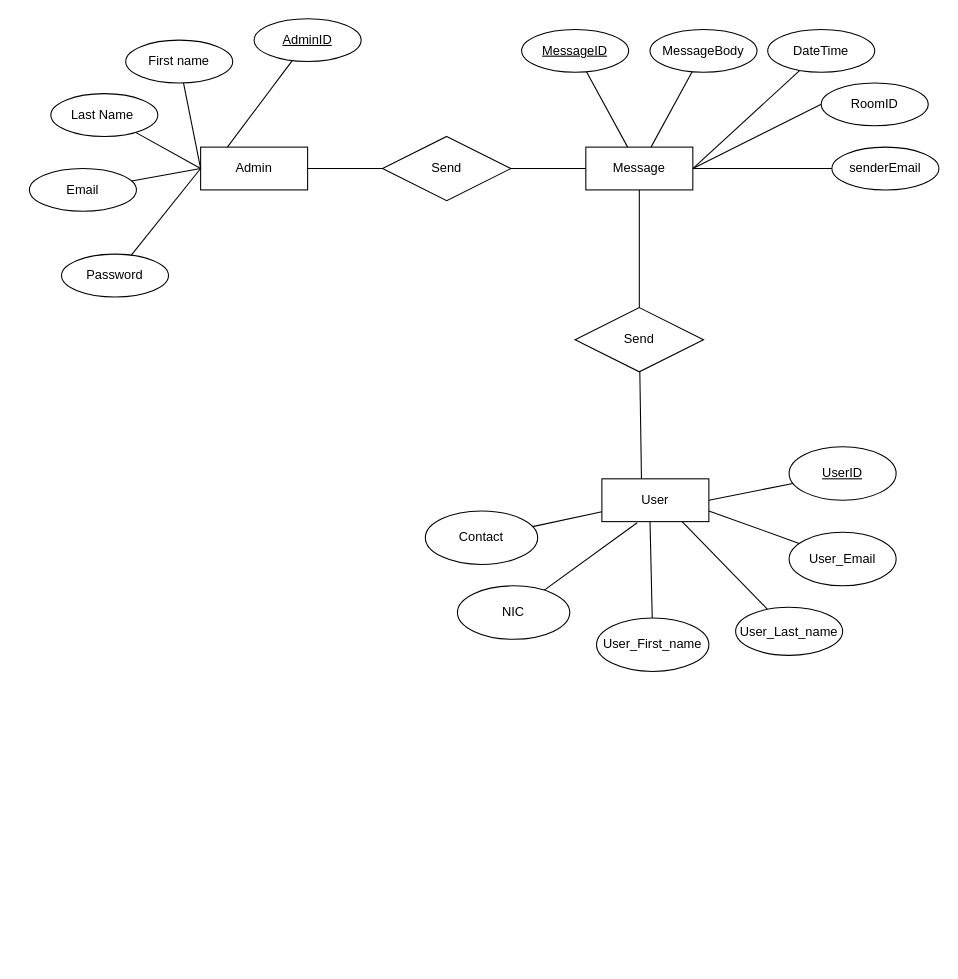
LalinduWenasara/Hotel-Management-System-api keeps this draw.io diagram as Diagram/er.drawio. Above is the earlier version. Source tidied: cells renumbered, new cells numbered last; positions are measured from the earlier drawing's top-left corner, leaving out a move shared by most shapes. Both pictures are drawn from the tidied source at 107%, with x=0, y=0 at pixel (29, 18).
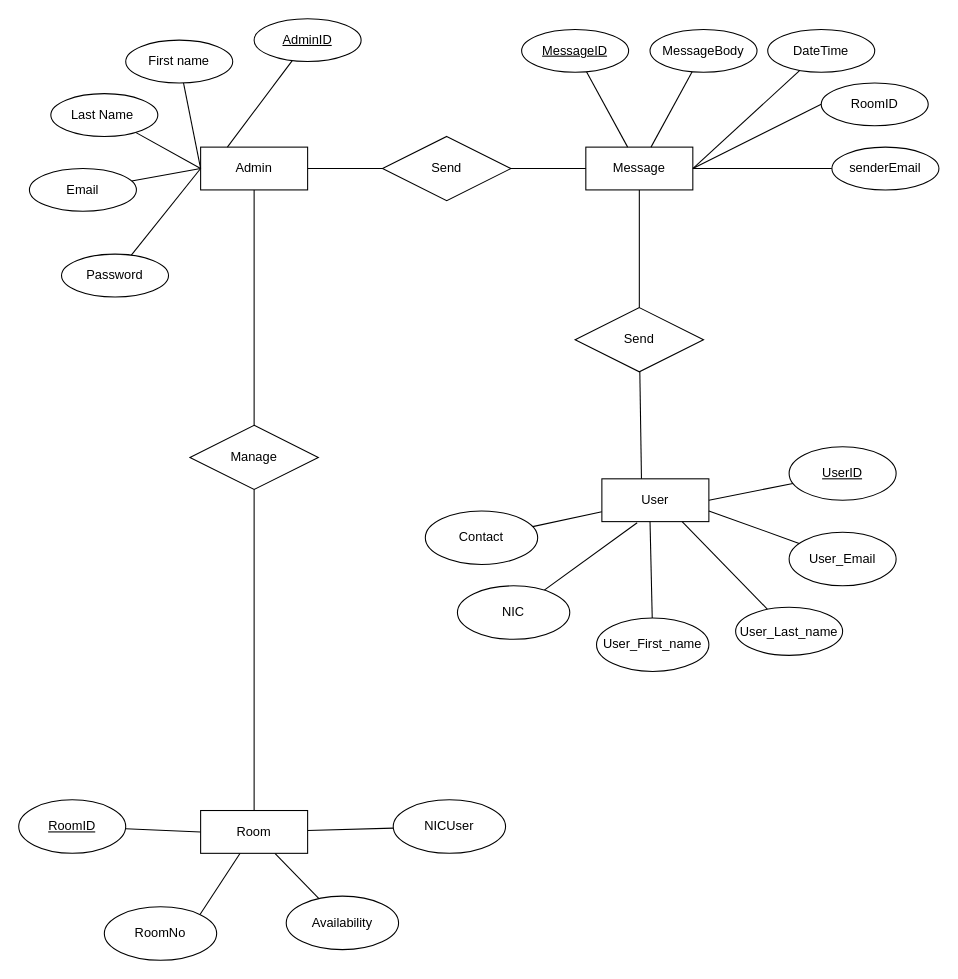
After the change.

Unchanged cells that the change refers to:
```xml
<mxCell id="3" value="Admin" style="whiteSpace=wrap;html=1;align=center;" parent="1" vertex="1">
  <mxGeometry x="160" y="120" width="100" height="40" as="geometry" />
</mxCell>
```

What changed in the source:
```diff
@@
+    <mxCell id="43" style="rounded=0;jettySize=auto;html=1;endArrow=none;endFill=0;" parent="1" edge="1" source="3" target="45">
+      <mxGeometry relative="1" as="geometry" />
+    </mxCell>
@@
+    <mxCell id="44" style="edgeStyle=none;rounded=0;jettySize=auto;html=1;endArrow=none;endFill=0;" parent="1" edge="1" source="45" target="49">
+      <mxGeometry relative="1" as="geometry" />
+    </mxCell>
+    <mxCell id="45" value="Manage" style="shape=rhombus;perimeter=rhombusPerimeter;whiteSpace=wrap;html=1;align=center;" parent="1" vertex="1">
+      <mxGeometry x="150" y="380" width="120" height="60" as="geometry" />
+    </mxCell>
+    <mxCell id="46" style="edgeStyle=none;rounded=0;jettySize=auto;html=1;endArrow=none;endFill=0;" parent="1" edge="1" source="49" target="53">
+      <mxGeometry relative="1" as="geometry" />
+    </mxCell>
+    <mxCell id="47" style="edgeStyle=none;rounded=0;jettySize=auto;html=1;endArrow=none;endFill=0;" parent="1" edge="1" source="49" target="54">
+      <mxGeometry relative="1" as="geometry" />
+    </mxCell>
+    <mxCell id="48" style="edgeStyle=none;rounded=0;jettySize=auto;html=1;entryX=1;entryY=0;entryDx=0;entryDy=0;endArrow=none;endFill=0;" parent="1" edge="1" source="49" target="50">
+      <mxGeometry relative="1" as="geometry" />
+    </mxCell>
+    <mxCell id="49" value="Room" style="whiteSpace=wrap;html=1;align=center;" parent="1" vertex="1">
+      <mxGeometry x="160" y="740" width="100" height="40" as="geometry" />
+    </mxCell>
+    <mxCell id="50" value="RoomNo" style="ellipse;whiteSpace=wrap;html=1;align=center;" parent="1" vertex="1">
+      <mxGeometry x="70" y="830" width="105" height="50" as="geometry" />
+    </mxCell>
+    <mxCell id="51" style="edgeStyle=none;rounded=0;jettySize=auto;html=1;endArrow=none;endFill=0;entryX=0;entryY=0.5;entryDx=0;entryDy=0;" parent="1" edge="1" source="52" target="49">
+      <mxGeometry relative="1" as="geometry" />
+    </mxCell>
+    <mxCell id="52" value="RoomID" style="ellipse;whiteSpace=wrap;html=1;align=center;fontStyle=4;" parent="1" vertex="1">
+      <mxGeometry x="-10" y="730" width="100" height="50" as="geometry" />
+    </mxCell>
+    <mxCell id="53" value="Availability" style="ellipse;whiteSpace=wrap;html=1;align=center;" parent="1" vertex="1">
+      <mxGeometry x="240" y="820" width="105" height="50" as="geometry" />
+    </mxCell>
+    <mxCell id="54" value="NICUser" style="ellipse;whiteSpace=wrap;html=1;align=center;" parent="1" vertex="1">
+      <mxGeometry x="340" y="730" width="105" height="50" as="geometry" />
+    </mxCell>
```
